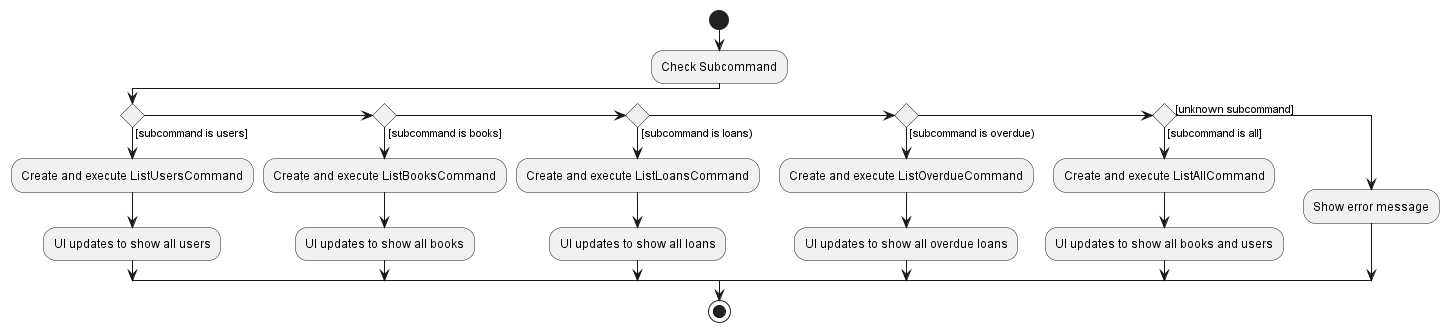
Before: docs/images/ParseSubcommandActivityDiagram.png, a diagram exported from PlantUML (nus-cs2103-AY2223S1/tp).
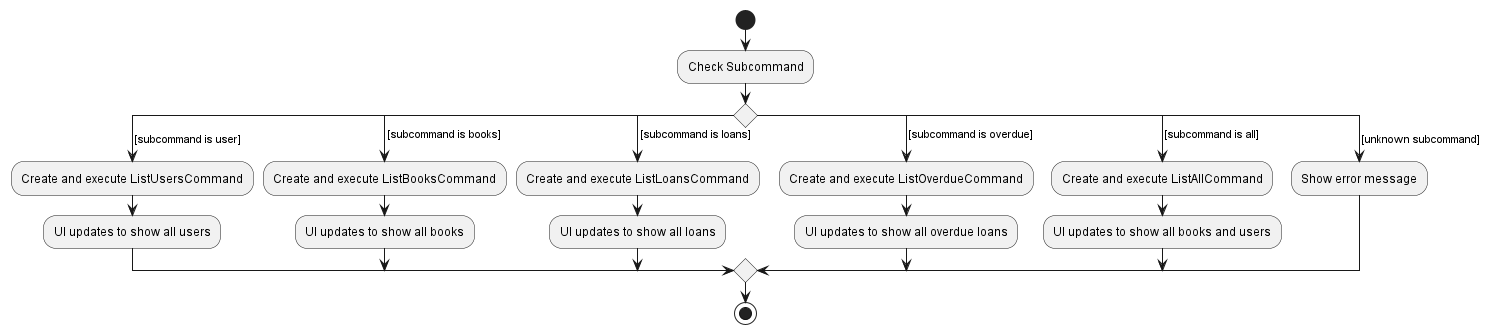
After the change.

Commit message:
Update List activity diagram and fix error message in Author

What changed in the source:
```diff
@@ -2,24 +2,26 @@
 start
 :Check Subcommand;
 
-if () then ([subcommand is users])
-:Create and execute ListUsersCommand;
-:UI updates to show all users;
-elseif () then ([subcommand is books])
-:Create and execute ListBooksCommand;
-:UI updates to show all books;
-elseif () then ([subcommand is loans))
-:Create and execute ListLoansCommand;
-:UI updates to show all loans;
-elseif () then ([subcommand is overdue))
-:Create and execute ListOverdueCommand;
-:UI updates to show all overdue loans;
-elseif () then ([subcommand is all])
-:Create and execute ListAllCommand;
-:UI updates to show all books and users;
-else ([unknown subcommand])
-:Show error message;
+switch ()
+case ( [subcommand is user])
+    :Create and execute ListUsersCommand;
+    :UI updates to show all users;
+case ( [subcommand is books])
+    :Create and execute ListBooksCommand;
+    :UI updates to show all books;
+case ( [subcommand is loans])
+    :Create and execute ListLoansCommand;
+    :UI updates to show all loans;
+case ( [subcommand is overdue])
+    :Create and execute ListOverdueCommand;
+    :UI updates to show all overdue loans;
+case ( [subcommand is all])
+    :Create and execute ListAllCommand;
+    :UI updates to show all books and users;
+case ( [unknown subcommand])
+    :Show error message;
 
-endif
+endswitch
+
 stop
 @enduml
```
